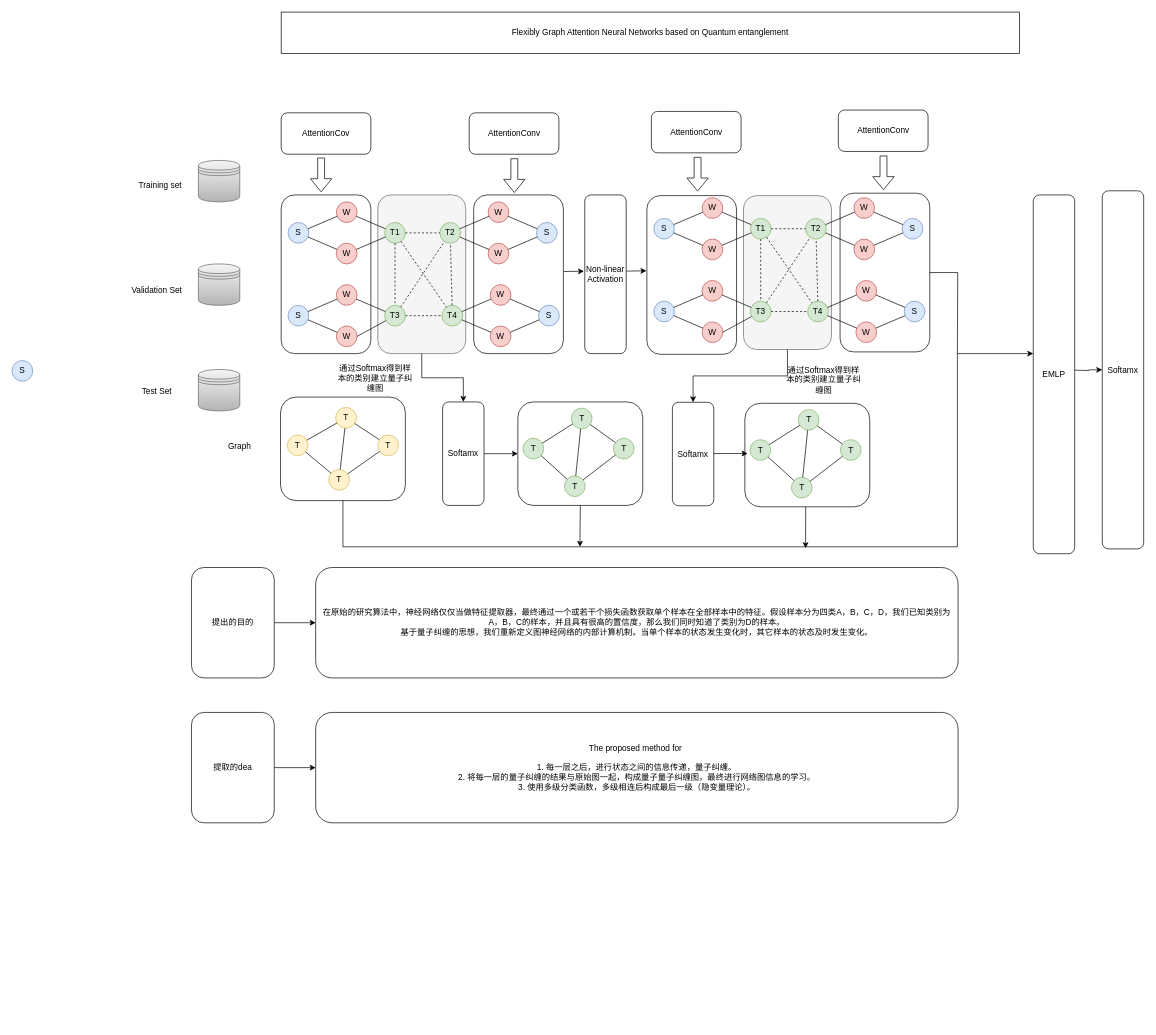
ChenaniahMe/codes keeps this draw.io diagram as acl.drawio. Above is the earlier version. Source tidied: cells renumbered, new cells numbered last; positions are measured from the earlier drawing's top-left corner, leaving out a move shared by most shapes. Both pictures are drawn from the tidied source at 69%, with x=0, y=0 at pixel (12, 12).
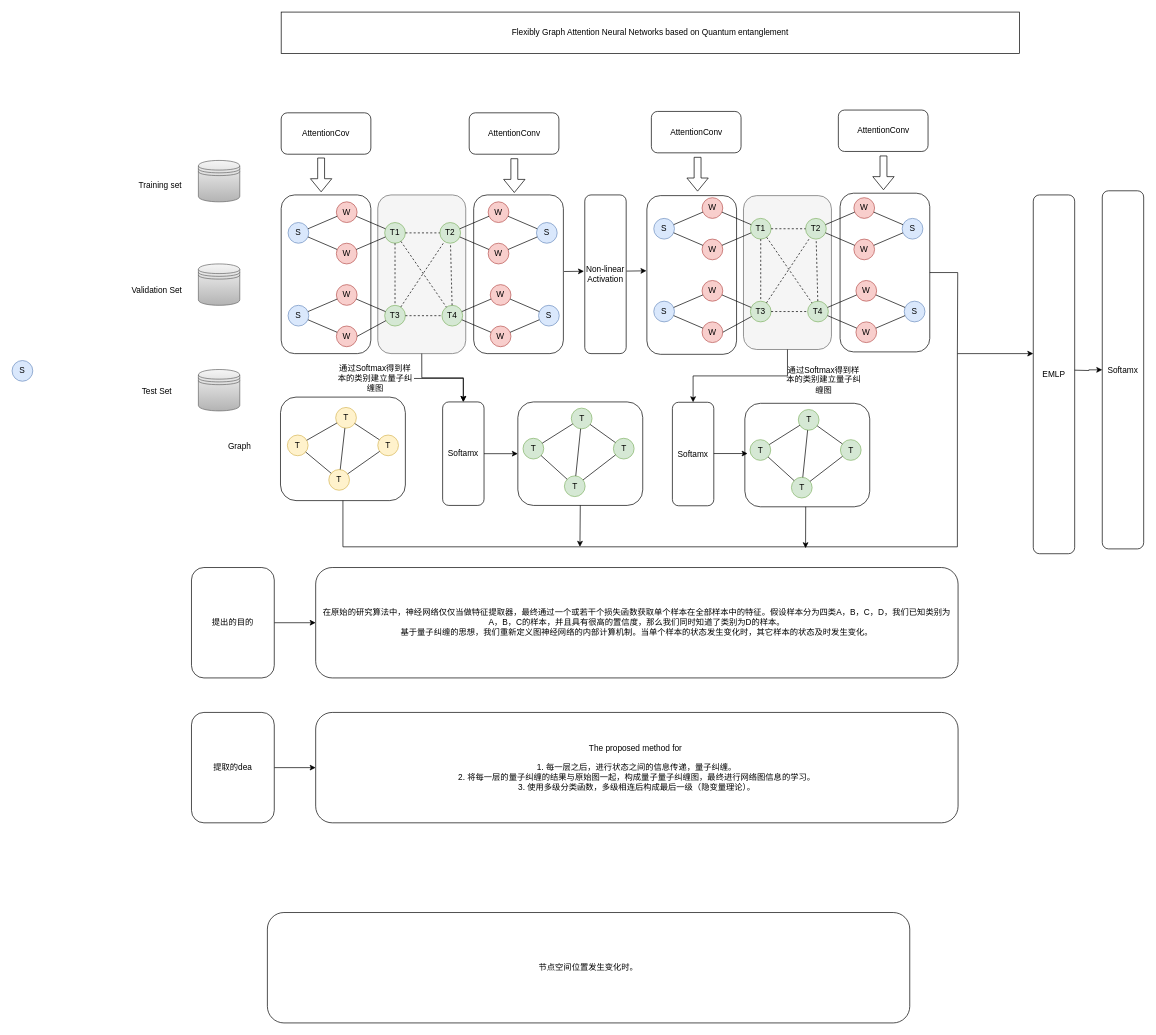
After the change.

The change refers to these unchanged cells:
```xml
<mxCell id="118" value="通过Softmax得到样本的类别建立量子纠缠图" style="text;html=1;strokeColor=none;fillColor=none;align=center;verticalAlign=middle;whiteSpace=wrap;rounded=0;" parent="1" vertex="1">
  <mxGeometry x="470" y="516" width="112.5" height="30" as="geometry" />
</mxCell>
<mxCell id="148" value="Softamx" style="rounded=1;whiteSpace=wrap;html=1;" parent="1" vertex="1">
  <mxGeometry x="624" y="565" width="60" height="150" as="geometry" />
</mxCell>
```

What changed in the source:
```diff
@@
+    <mxCell id="161" style="edgeStyle=orthogonalEdgeStyle;rounded=0;jettySize=auto;html=1;" parent="1" edge="1" source="118" target="148">
+      <mxGeometry relative="1" as="geometry" />
+    </mxCell>
@@
+    <mxCell id="162" value="节点空间位置发生变化时。" style="rounded=1;whiteSpace=wrap;html=1;" parent="1" vertex="1">
+      <mxGeometry x="370" y="1305" width="931" height="160" as="geometry" />
+    </mxCell>
```
